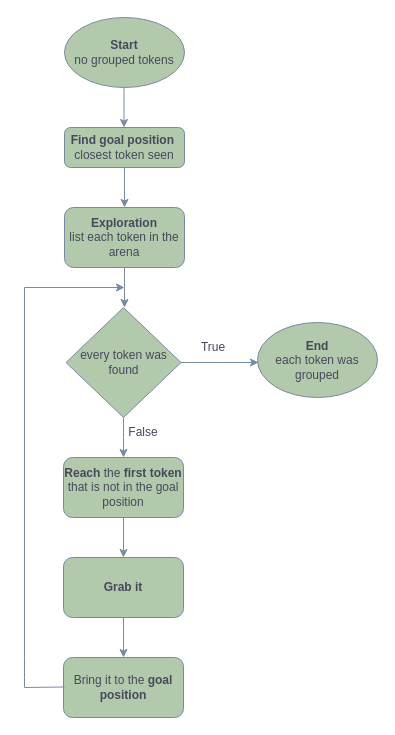
Above: Diagramma senza titolo.drawio in ambraierardi/assignment1_rt1_ierardi (draw.io), before the change. Source tidied: cells renumbered, new cells numbered last; positions are measured from the earlier drawing's top-left corner, leaving out a move shared by most shapes. Both pictures are drawn from the tidied source at 100%, with x=0, y=0 at pixel (24, 17).
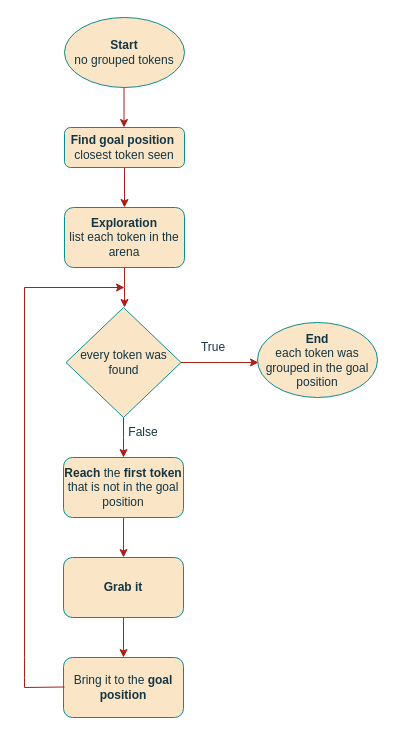
After the change.

What changed in the source:
```diff
@@
-    <mxCell id="2" style="edgeStyle=orthogonalEdgeStyle;rounded=0;jettySize=auto;html=1;entryX=0.5;entryY=0;entryDx=0;entryDy=0;labelBackgroundColor=none;strokeColor=#788AA3;fontColor=default;" parent="1" edge="1" source="3" target="7">
+    <mxCell id="2" style="edgeStyle=orthogonalEdgeStyle;rounded=0;jettySize=auto;html=1;entryX=0.5;entryY=0;entryDx=0;entryDy=0;labelBackgroundColor=none;strokeColor=#A8201A;fontColor=default;" parent="1" edge="1" source="3" target="7">
       <mxGeometry relative="1" as="geometry" />
     </mxCell>
-    <mxCell id="3" value="&lt;b&gt;Find goal position&lt;/b&gt;&amp;nbsp;&lt;br&gt;closest token seen" style="rounded=1;whiteSpace=wrap;html=1;fontSize=12;glass=0;strokeWidth=1;shadow=0;labelBackgroundColor=none;fillColor=#B2C9AB;strokeColor=#788AA3;fontColor=#46495D;" parent="1" vertex="1">
+    <mxCell id="3" value="&lt;b&gt;Find goal position&lt;/b&gt;&amp;nbsp;&lt;br&gt;closest token seen" style="rounded=1;whiteSpace=wrap;html=1;fontSize=12;glass=0;strokeWidth=1;shadow=0;labelBackgroundColor=none;fillColor=#FAE5C7;strokeColor=#0F8B8D;fontColor=#143642;" parent="1" vertex="1">
       <mxGeometry x="40" y="110" width="120" height="40" as="geometry" />
     </mxCell>
-    <mxCell id="4" value="&lt;b&gt;Start&lt;/b&gt;&lt;br&gt;no grouped tokens" style="ellipse;whiteSpace=wrap;html=1;labelBackgroundColor=none;fillColor=#B2C9AB;strokeColor=#788AA3;fontColor=#46495D;" parent="1" vertex="1">
+    <mxCell id="4" value="&lt;b&gt;Start&lt;/b&gt;&lt;br&gt;no grouped tokens" style="ellipse;whiteSpace=wrap;html=1;labelBackgroundColor=none;fillColor=#FAE5C7;strokeColor=#0F8B8D;fontColor=#143642;" parent="1" vertex="1">
       <mxGeometry x="40" width="120" height="70" as="geometry" />
     </mxCell>
-    <mxCell id="5" style="endArrow=classic;html=1;rounded=0;labelBackgroundColor=none;strokeColor=#788AA3;fontColor=default;" parent="1" edge="1">
+    <mxCell id="5" style="endArrow=classic;html=1;rounded=0;labelBackgroundColor=none;strokeColor=#A8201A;fontColor=default;" parent="1" edge="1">
       <mxGeometry relative="1" as="geometry">
         <mxPoint x="99.5" y="70" as="sourcePoint" />
         <mxPoint x="99.5" y="110" as="targetPoint" />
       </mxGeometry>
     </mxCell>
-    <mxCell id="6" style="edgeStyle=orthogonalEdgeStyle;rounded=0;jettySize=auto;html=1;labelBackgroundColor=none;strokeColor=#788AA3;fontColor=default;" parent="1" edge="1" source="7">
+    <mxCell id="6" style="edgeStyle=orthogonalEdgeStyle;rounded=0;jettySize=auto;html=1;labelBackgroundColor=none;strokeColor=#A8201A;fontColor=default;" parent="1" edge="1" source="7">
       <mxGeometry relative="1" as="geometry">
         <mxPoint x="100" y="290" as="targetPoint" />
       </mxGeometry>
     </mxCell>
-    <mxCell id="7" value="&lt;b&gt;Exploration&lt;/b&gt;&lt;br&gt;list each token in the arena" style="rounded=1;whiteSpace=wrap;html=1;labelBackgroundColor=none;fillColor=#B2C9AB;strokeColor=#788AA3;fontColor=#46495D;" parent="1" vertex="1">
+    <mxCell id="7" value="&lt;b&gt;Exploration&lt;/b&gt;&lt;br&gt;list each token in the arena" style="rounded=1;whiteSpace=wrap;html=1;labelBackgroundColor=none;fillColor=#FAE5C7;strokeColor=#0F8B8D;fontColor=#143642;" parent="1" vertex="1">
       <mxGeometry x="40" y="190" width="120" height="60" as="geometry" />
     </mxCell>
-    <mxCell id="8" style="edgeStyle=orthogonalEdgeStyle;rounded=0;jettySize=auto;html=1;labelBackgroundColor=none;strokeColor=#788AA3;fontColor=default;" parent="1" edge="1" source="10">
+    <mxCell id="8" style="edgeStyle=orthogonalEdgeStyle;rounded=0;jettySize=auto;html=1;labelBackgroundColor=none;strokeColor=#A8201A;fontColor=default;" parent="1" edge="1" source="10">
       <mxGeometry relative="1" as="geometry">
         <mxPoint x="234" y="345" as="targetPoint" />
       </mxGeometry>
     </mxCell>
-    <mxCell id="9" style="edgeStyle=orthogonalEdgeStyle;rounded=0;jettySize=auto;html=1;labelBackgroundColor=none;strokeColor=#788AA3;fontColor=default;" parent="1" edge="1" source="10">
+    <mxCell id="9" style="edgeStyle=orthogonalEdgeStyle;rounded=0;jettySize=auto;html=1;labelBackgroundColor=none;strokeColor=#A8201A;fontColor=default;" parent="1" edge="1" source="10">
       <mxGeometry relative="1" as="geometry">
         <mxPoint x="99" y="440" as="targetPoint" />
       </mxGeometry>
     </mxCell>
-    <mxCell id="10" value="every token was found" style="rhombus;whiteSpace=wrap;html=1;labelBackgroundColor=none;fillColor=#B2C9AB;strokeColor=#788AA3;fontColor=#46495D;" parent="1" vertex="1">
+    <mxCell id="10" value="every token was found" style="rhombus;whiteSpace=wrap;html=1;labelBackgroundColor=none;fillColor=#FAE5C7;strokeColor=#0F8B8D;fontColor=#143642;" parent="1" vertex="1">
       <mxGeometry x="41.5" y="290" width="115" height="110" as="geometry" />
     </mxCell>
-    <mxCell id="11" value="True" style="text;html=1;strokeColor=none;fillColor=none;align=center;verticalAlign=middle;whiteSpace=wrap;rounded=0;labelBackgroundColor=none;fontColor=#46495D;" parent="1" vertex="1">
+    <mxCell id="11" value="True" style="text;html=1;strokeColor=none;fillColor=none;align=center;verticalAlign=middle;whiteSpace=wrap;rounded=0;labelBackgroundColor=none;fontColor=#143642;" parent="1" vertex="1">
       <mxGeometry x="159" y="315" width="60" height="30" as="geometry" />
     </mxCell>
-    <mxCell id="12" value="False" style="text;html=1;strokeColor=none;fillColor=none;align=center;verticalAlign=middle;whiteSpace=wrap;rounded=0;labelBackgroundColor=none;fontColor=#46495D;" parent="1" vertex="1">
+    <mxCell id="12" value="False" style="text;html=1;strokeColor=none;fillColor=none;align=center;verticalAlign=middle;whiteSpace=wrap;rounded=0;labelBackgroundColor=none;fontColor=#143642;" parent="1" vertex="1">
       <mxGeometry x="89" y="400" width="60" height="30" as="geometry" />
     </mxCell>
-    <mxCell id="13" style="edgeStyle=orthogonalEdgeStyle;rounded=0;jettySize=auto;html=1;labelBackgroundColor=none;strokeColor=#788AA3;fontColor=default;" parent="1" edge="1" source="14" target="16">
+    <mxCell id="13" style="edgeStyle=orthogonalEdgeStyle;rounded=0;jettySize=auto;html=1;labelBackgroundColor=none;strokeColor=#A8201A;fontColor=default;" parent="1" edge="1" source="14" target="16">
       <mxGeometry relative="1" as="geometry" />
     </mxCell>
-    <mxCell id="14" value="&lt;b&gt;Reach &lt;/b&gt;the &lt;b&gt;first token &lt;/b&gt;that is not in the goal position" style="rounded=1;whiteSpace=wrap;html=1;labelBackgroundColor=none;fillColor=#B2C9AB;strokeColor=#788AA3;fontColor=#46495D;" parent="1" vertex="1">
+    <mxCell id="14" value="&lt;b&gt;Reach &lt;/b&gt;the &lt;b&gt;first token &lt;/b&gt;that is not in the goal position" style="rounded=1;whiteSpace=wrap;html=1;labelBackgroundColor=none;fillColor=#FAE5C7;strokeColor=#0F8B8D;fontColor=#143642;" parent="1" vertex="1">
       <mxGeometry x="39" y="440" width="120" height="60" as="geometry" />
     </mxCell>
-    <mxCell id="15" style="edgeStyle=orthogonalEdgeStyle;rounded=0;jettySize=auto;html=1;labelBackgroundColor=none;strokeColor=#788AA3;fontColor=default;" parent="1" edge="1" source="16" target="17">
+    <mxCell id="15" style="edgeStyle=orthogonalEdgeStyle;rounded=0;jettySize=auto;html=1;labelBackgroundColor=none;strokeColor=#A8201A;fontColor=default;" parent="1" edge="1" source="16" target="17">
       <mxGeometry relative="1" as="geometry" />
     </mxCell>
-    <mxCell id="16" value="&lt;b&gt;Grab it&lt;/b&gt;" style="rounded=1;whiteSpace=wrap;html=1;labelBackgroundColor=none;fillColor=#B2C9AB;strokeColor=#788AA3;fontColor=#46495D;" parent="1" vertex="1">
+    <mxCell id="16" value="&lt;b&gt;Grab it&lt;/b&gt;" style="rounded=1;whiteSpace=wrap;html=1;labelBackgroundColor=none;fillColor=#FAE5C7;strokeColor=#0F8B8D;fontColor=#143642;" parent="1" vertex="1">
       <mxGeometry x="39" y="540" width="120" height="60" as="geometry" />
     </mxCell>
-    <mxCell id="17" value="Bring it to the &lt;b&gt;goal position&lt;/b&gt;" style="rounded=1;whiteSpace=wrap;html=1;labelBackgroundColor=none;fillColor=#B2C9AB;strokeColor=#788AA3;fontColor=#46495D;" parent="1" vertex="1">
+    <mxCell id="17" value="Bring it to the &lt;b&gt;goal position&lt;/b&gt;" style="rounded=1;whiteSpace=wrap;html=1;labelBackgroundColor=none;fillColor=#FAE5C7;strokeColor=#0F8B8D;fontColor=#143642;" parent="1" vertex="1">
       <mxGeometry x="39" y="640" width="120" height="60" as="geometry" />
     </mxCell>
-    <mxCell id="18" style="endArrow=classic;html=1;rounded=0;labelBackgroundColor=none;strokeColor=#788AA3;fontColor=default;" parent="1" edge="1">
+    <mxCell id="18" style="endArrow=classic;html=1;rounded=0;labelBackgroundColor=none;strokeColor=#A8201A;fontColor=default;" parent="1" edge="1">
       <mxGeometry relative="1" as="geometry">
         <mxPoint y="270" as="sourcePoint" />
         <mxPoint x="100" y="270" as="targetPoint" />
       </mxGeometry>
     </mxCell>
-    <mxCell id="19" style="endArrow=none;html=1;rounded=0;labelBackgroundColor=none;strokeColor=#788AA3;fontColor=default;" parent="1" edge="1">
+    <mxCell id="19" style="endArrow=none;html=1;rounded=0;labelBackgroundColor=none;strokeColor=#A8201A;fontColor=default;" parent="1" edge="1">
       <mxGeometry relative="1" as="geometry">
         <mxPoint y="670" as="sourcePoint" />
         <mxPoint x="40" y="669.5" as="targetPoint" />
       </mxGeometry>
     </mxCell>
-    <mxCell id="20" style="endArrow=none;html=1;rounded=0;labelBackgroundColor=none;strokeColor=#788AA3;fontColor=default;" parent="1" edge="1">
+    <mxCell id="20" style="endArrow=none;html=1;rounded=0;labelBackgroundColor=none;strokeColor=#A8201A;fontColor=default;" parent="1" edge="1">
       <mxGeometry relative="1" as="geometry">
         <mxPoint y="670" as="sourcePoint" />
         <mxPoint y="270" as="targetPoint" />
         <Array as="points">
           <mxPoint y="660" />
           <mxPoint y="640" />
         </Array>
       </mxGeometry>
     </mxCell>
-    <mxCell id="21" value="&lt;b&gt;End&lt;/b&gt;&lt;br&gt;each token was grouped" style="ellipse;whiteSpace=wrap;html=1;strokeColor=#788AA3;fontColor=#46495D;fillColor=#B2C9AB;" parent="1" vertex="1">
+    <mxCell id="21" value="&lt;b&gt;End&lt;/b&gt;&lt;br&gt;each token was grouped in the goal position" style="ellipse;whiteSpace=wrap;html=1;strokeColor=#0F8B8D;fontColor=#143642;fillColor=#FAE5C7;labelBackgroundColor=none;" parent="1" vertex="1">
       <mxGeometry x="233" y="305" width="120" height="75" as="geometry" />
     </mxCell>
```
